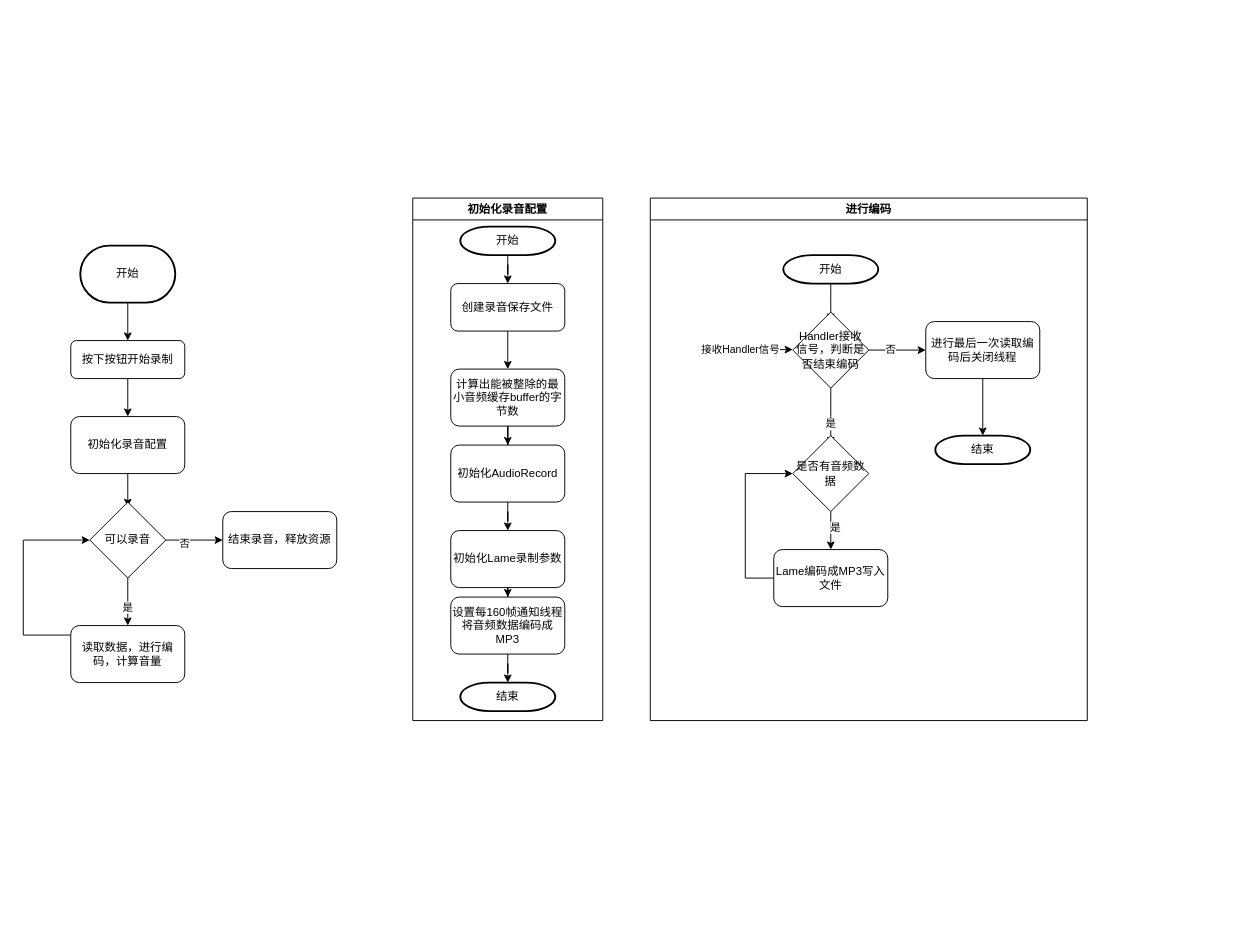
Above: 录音.drawio in baishengye/drawio (draw.io), before the change. Source tidied: cells renumbered, new cells numbered last; positions are measured from the earlier drawing's top-left corner, leaving out a move shared by most shapes. Both pictures are drawn from the tidied source at 95%, with x=0, y=0 at pixel (23, 198).
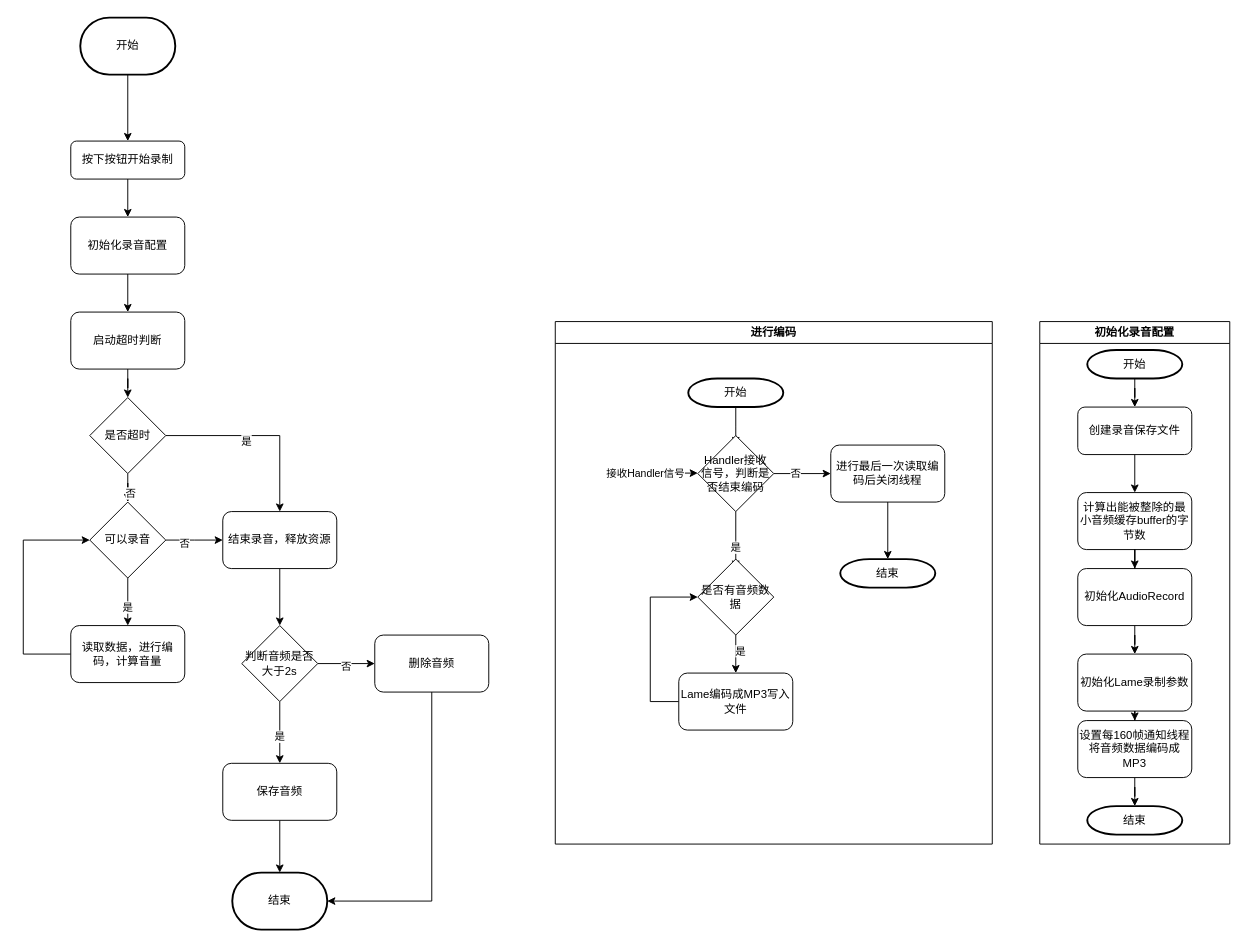
The same page after the edit.

Unchanged cells that the change refers to:
```xml
<mxCell id="26" value="可以录音" style="rhombus;whiteSpace=wrap;html=1;" parent="1" vertex="1">
  <mxGeometry x="70" y="320" width="80" height="80" as="geometry" />
</mxCell>
<mxCell id="28" value="读取数据，进行编码，计算音量" style="rounded=1;whiteSpace=wrap;html=1;" parent="1" vertex="1">
  <mxGeometry x="50" y="450" width="120" height="60" as="geometry" />
</mxCell>
<mxCell id="29" value="结束录音，释放资源" style="rounded=1;whiteSpace=wrap;html=1;" parent="1" vertex="1">
  <mxGeometry x="210" y="330" width="120" height="60" as="geometry" />
</mxCell>
```

Change to the diagram source:
```diff
@@
     <mxCell id="3" value="按下按钮开始录制" style="rounded=1;whiteSpace=wrap;html=1;fontSize=12;glass=0;strokeWidth=1;shadow=0;" parent="1" vertex="1">
-      <mxGeometry x="50" y="150" width="120" height="40" as="geometry" />
+      <mxGeometry x="50" y="-60" width="120" height="40" as="geometry" />
     </mxCell>
@@
     <mxCell id="5" value="开始" style="strokeWidth=2;html=1;shape=mxgraph.flowchart.terminator;whiteSpace=wrap;" parent="1" vertex="1">
-      <mxGeometry x="60" y="50" width="100" height="60" as="geometry" />
+      <mxGeometry x="60" y="-190" width="100" height="60" as="geometry" />
     </mxCell>
-    <mxCell id="6" style="edgeStyle=orthogonalEdgeStyle;rounded=0;jettySize=auto;html=1;" parent="1" edge="1" source="7">
-      <mxGeometry relative="1" as="geometry">
-        <mxPoint x="110" y="325" as="targetPoint" />
-      </mxGeometry>
-    </mxCell>
+    <mxCell id="48" style="edgeStyle=orthogonalEdgeStyle;rounded=0;jettySize=auto;html=1;" parent="1" edge="1" source="7" target="61">
+      <mxGeometry relative="1" as="geometry" />
+    </mxCell>
     <mxCell id="7" value="初始化录音配置" style="whiteSpace=wrap;html=1;rounded=1;glass=0;strokeWidth=1;shadow=0;" parent="1" vertex="1">
-      <mxGeometry x="50" y="230" width="120" height="60" as="geometry" />
+      <mxGeometry x="50" y="20" width="120" height="60" as="geometry" />
     </mxCell>
     <mxCell id="8" value="初始化录音配置" style="swimlane;whiteSpace=wrap;html=1;" parent="1" vertex="1">
-      <mxGeometry x="410" width="200" height="550" as="geometry" />
+      <mxGeometry x="1070" y="130" width="200" height="550" as="geometry" />
     </mxCell>
@@
     <mxCell id="27" style="edgeStyle=orthogonalEdgeStyle;rounded=0;jettySize=auto;html=1;entryX=0;entryY=0.5;entryDx=0;entryDy=0;" parent="1" edge="1" source="28" target="26">
       <mxGeometry relative="1" as="geometry">
         <Array as="points">
-          <mxPoint y="460" />
+          <mxPoint y="480" />
           <mxPoint y="360" />
         </Array>
       </mxGeometry>
     </mxCell>
@@
+    <mxCell id="49" style="edgeStyle=orthogonalEdgeStyle;rounded=0;jettySize=auto;html=1;" parent="1" edge="1" source="29" target="54">
+      <mxGeometry relative="1" as="geometry" />
+    </mxCell>
@@
     <mxCell id="30" value="进行编码" style="swimlane;whiteSpace=wrap;html=1;" parent="1" vertex="1">
-      <mxGeometry x="660" width="460" height="550" as="geometry" />
+      <mxGeometry x="560" y="130" width="460" height="550" as="geometry" />
     </mxCell>
@@
+    <mxCell id="50" style="edgeStyle=orthogonalEdgeStyle;rounded=0;jettySize=auto;html=1;" parent="1" edge="1" source="54" target="56">
+      <mxGeometry relative="1" as="geometry" />
+    </mxCell>
+    <mxCell id="51" value="是" style="edgeLabel;html=1;align=center;verticalAlign=middle;" parent="50" vertex="1">
+      <mxGeometry x="0.11" y="-1" relative="1" as="geometry" />
+    </mxCell>
+    <mxCell id="52" style="edgeStyle=orthogonalEdgeStyle;rounded=0;jettySize=auto;html=1;" parent="1" edge="1" source="54" target="58">
+      <mxGeometry relative="1" as="geometry" />
+    </mxCell>
+    <mxCell id="53" value="否" style="edgeLabel;html=1;align=center;verticalAlign=middle;" parent="52" vertex="1">
+      <mxGeometry x="-0.03" y="-2" relative="1" as="geometry" />
+    </mxCell>
+    <mxCell id="54" value="判断音频是否大于2s" style="rhombus;whiteSpace=wrap;html=1;" parent="1" vertex="1">
+      <mxGeometry x="230" y="450" width="80" height="80" as="geometry" />
+    </mxCell>
+    <mxCell id="55" style="edgeStyle=orthogonalEdgeStyle;rounded=0;jettySize=auto;html=1;" parent="1" edge="1" source="56" target="59">
+      <mxGeometry relative="1" as="geometry" />
+    </mxCell>
+    <mxCell id="56" value="保存音频" style="rounded=1;whiteSpace=wrap;html=1;" parent="1" vertex="1">
+      <mxGeometry x="210" y="595" width="120" height="60" as="geometry" />
+    </mxCell>
+    <mxCell id="57" style="edgeStyle=orthogonalEdgeStyle;rounded=0;jettySize=auto;html=1;entryX=1;entryY=0.5;entryDx=0;entryDy=0;entryPerimeter=0;" parent="1" edge="1" source="58" target="59">
+      <mxGeometry relative="1" as="geometry">
+        <Array as="points">
+          <mxPoint x="430" y="740" />
+        </Array>
+      </mxGeometry>
+    </mxCell>
+    <mxCell id="58" value="删除音频" style="rounded=1;whiteSpace=wrap;html=1;" parent="1" vertex="1">
+      <mxGeometry x="370" y="460" width="120" height="60" as="geometry" />
+    </mxCell>
+    <mxCell id="59" value="结束" style="strokeWidth=2;html=1;shape=mxgraph.flowchart.terminator;whiteSpace=wrap;" parent="1" vertex="1">
+      <mxGeometry x="220" y="710" width="100" height="60" as="geometry" />
+    </mxCell>
+    <mxCell id="60" style="edgeStyle=orthogonalEdgeStyle;rounded=0;jettySize=auto;html=1;" parent="1" edge="1" source="61" target="66">
+      <mxGeometry relative="1" as="geometry" />
+    </mxCell>
+    <mxCell id="61" value="启动超时判断" style="rounded=1;whiteSpace=wrap;html=1;" parent="1" vertex="1">
+      <mxGeometry x="50" y="120" width="120" height="60" as="geometry" />
+    </mxCell>
+    <mxCell id="62" style="edgeStyle=orthogonalEdgeStyle;rounded=0;jettySize=auto;html=1;" parent="1" edge="1" source="66" target="26">
+      <mxGeometry relative="1" as="geometry" />
+    </mxCell>
+    <mxCell id="63" value="否" style="edgeLabel;html=1;align=center;verticalAlign=middle;" parent="62" vertex="1">
+      <mxGeometry x="0.6" y="2" relative="1" as="geometry" />
+    </mxCell>
+    <mxCell id="64" style="edgeStyle=orthogonalEdgeStyle;rounded=0;jettySize=auto;html=1;entryX=0.5;entryY=0;entryDx=0;entryDy=0;" parent="1" edge="1" source="66" target="29">
+      <mxGeometry relative="1" as="geometry" />
+    </mxCell>
+    <mxCell id="65" value="是" style="edgeLabel;html=1;align=center;verticalAlign=middle;" parent="64" vertex="1">
+      <mxGeometry x="-0.16" y="-5" relative="1" as="geometry" />
+    </mxCell>
+    <mxCell id="66" value="是否超时" style="rhombus;whiteSpace=wrap;html=1;" parent="1" vertex="1">
+      <mxGeometry x="70" y="210" width="80" height="80" as="geometry" />
+    </mxCell>
```
